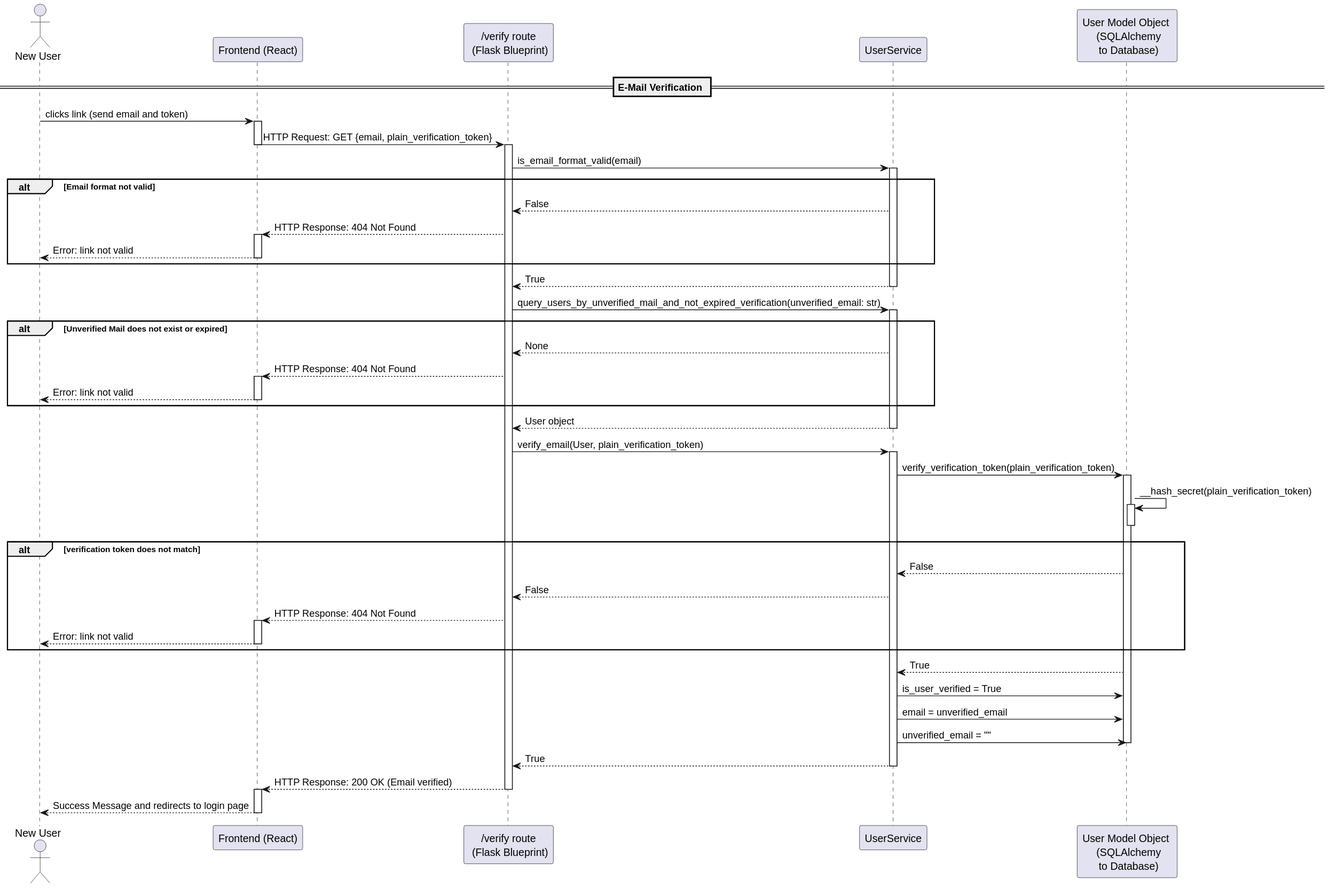
Earlier version of the PlantUML export docs/diagrams/uml/sequence/email-verification-0.svg (dominikoetiker/TheMentalLoadHub).
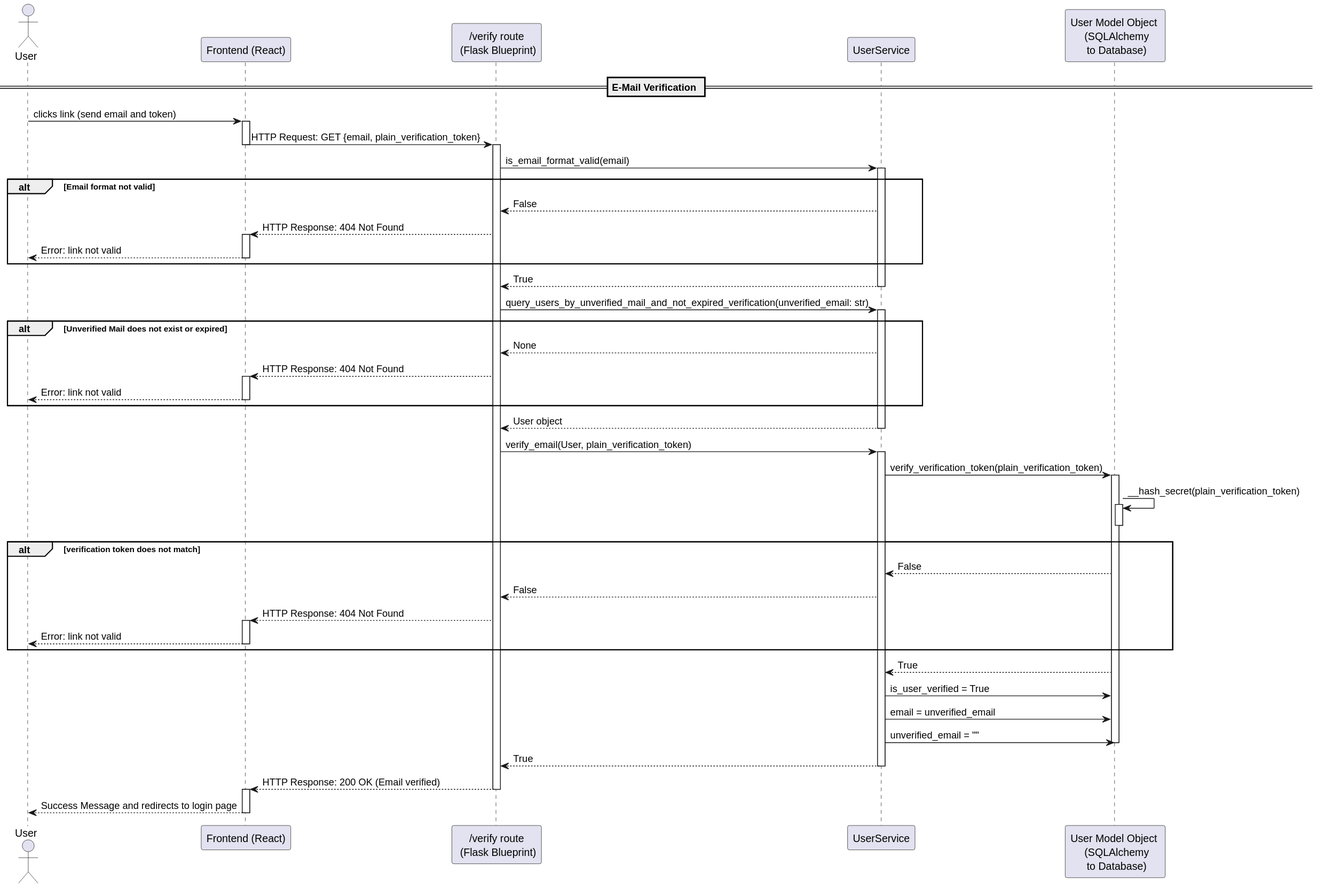
Later version of the same file.

Commit message:
Update actor name in email verification UML diagram

Renamed the actor from "New User" to "User" for consistency and clarity. No functional changes were made to the underlying process or interactions. Updated the corresponding SVG diagram to reflect this change.

What changed in the source:
```diff
@@ -1,5 +1,5 @@
 @startuml
-actor "New User" as AppUser
+actor "User" as AppUser
 participant "Frontend (React)" as FE
 participant "/verify route\n (Flask Blueprint)" as VR
 participant "UserService" as US
```
